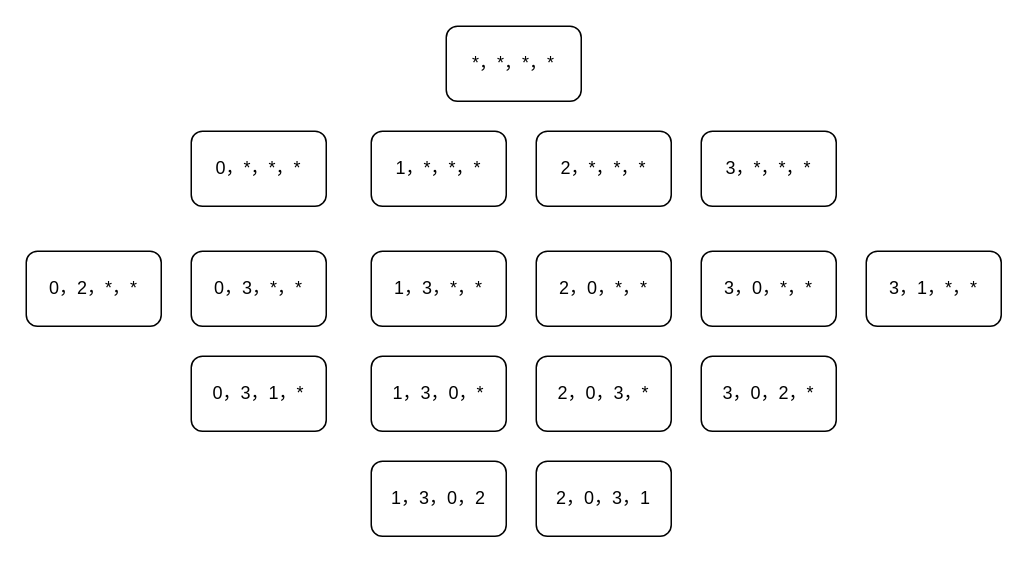
erlieStar/diagrams keeps this draw.io diagram as algorithm/八皇后解答树.drawio. Above is the earlier version. Source tidied: cells renumbered, new cells numbered last; positions are measured from the earlier drawing's top-left corner, leaving out a move shared by most shapes. Both pictures are drawn from the tidied source at 150%, with x=0, y=0 at pixel (26, 26).
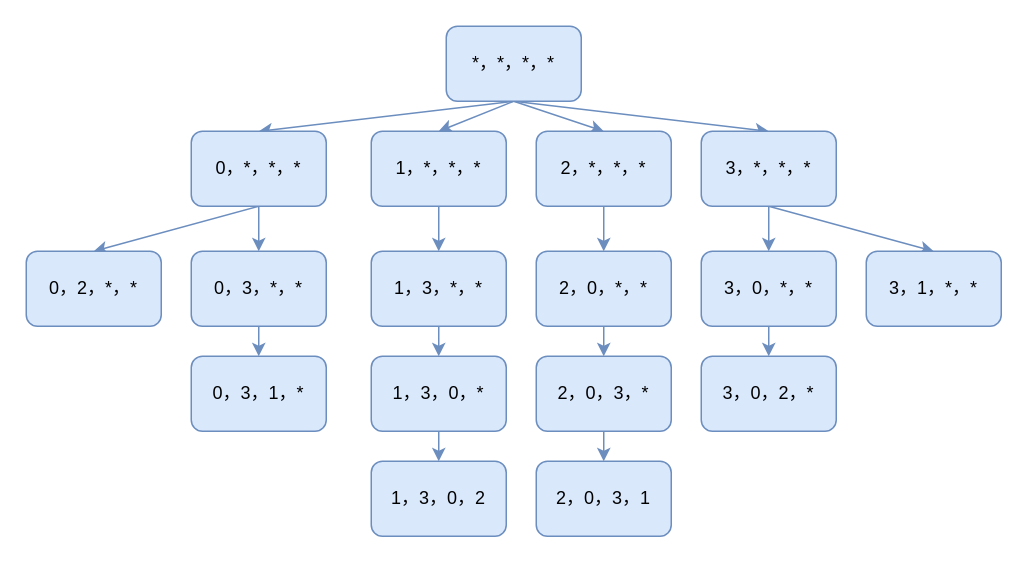
After the change.

Commit message (it also covers changes not shown here):
Update 八皇后解答树.drawio

What changed in the source:
```diff
@@
+    <mxCell id="19" style="rounded=0;jettySize=auto;html=1;exitX=0.5;exitY=1;exitDx=0;exitDy=0;entryX=0.5;entryY=0;entryDx=0;entryDy=0;fillColor=#dae8fc;strokeColor=#6c8ebf;" parent="1" edge="1" source="2" target="3">
+      <mxGeometry relative="1" as="geometry" />
+    </mxCell>
+    <mxCell id="20" style="edgeStyle=none;rounded=0;jettySize=auto;html=1;exitX=0.5;exitY=1;exitDx=0;exitDy=0;entryX=0.5;entryY=0;entryDx=0;entryDy=0;fillColor=#dae8fc;strokeColor=#6c8ebf;" parent="1" edge="1" source="2" target="4">
+      <mxGeometry relative="1" as="geometry" />
+    </mxCell>
+    <mxCell id="21" style="edgeStyle=none;rounded=0;jettySize=auto;html=1;exitX=0.5;exitY=1;exitDx=0;exitDy=0;entryX=0.5;entryY=0;entryDx=0;entryDy=0;fillColor=#dae8fc;strokeColor=#6c8ebf;" parent="1" edge="1" source="2" target="5">
+      <mxGeometry relative="1" as="geometry" />
+    </mxCell>
+    <mxCell id="22" style="edgeStyle=none;rounded=0;jettySize=auto;html=1;exitX=0.5;exitY=1;exitDx=0;exitDy=0;entryX=0.5;entryY=0;entryDx=0;entryDy=0;fillColor=#dae8fc;strokeColor=#6c8ebf;" parent="1" edge="1" source="2" target="6">
+      <mxGeometry relative="1" as="geometry" />
+    </mxCell>
-    <mxCell id="2" value="*，*，*，*" style="rounded=1;whiteSpace=wrap;html=1;" parent="1" vertex="1">
+    <mxCell id="2" value="*，*，*，*" style="rounded=1;whiteSpace=wrap;html=1;fillColor=#dae8fc;strokeColor=#6c8ebf;" parent="1" vertex="1">
       <mxGeometry x="280" width="90" height="50" as="geometry" />
     </mxCell>
+    <mxCell id="23" style="edgeStyle=none;rounded=0;jettySize=auto;html=1;exitX=0.5;exitY=1;exitDx=0;exitDy=0;entryX=0.5;entryY=0;entryDx=0;entryDy=0;fillColor=#dae8fc;strokeColor=#6c8ebf;" parent="1" edge="1" source="3" target="7">
+      <mxGeometry relative="1" as="geometry" />
+    </mxCell>
+    <mxCell id="24" style="edgeStyle=none;rounded=0;jettySize=auto;html=1;exitX=0.5;exitY=1;exitDx=0;exitDy=0;entryX=0.5;entryY=0;entryDx=0;entryDy=0;fillColor=#dae8fc;strokeColor=#6c8ebf;" parent="1" edge="1" source="3" target="8">
+      <mxGeometry relative="1" as="geometry" />
+    </mxCell>
-    <mxCell id="3" value="0，*，*，*" style="rounded=1;whiteSpace=wrap;html=1;" parent="1" vertex="1">
+    <mxCell id="3" value="0，*，*，*" style="rounded=1;whiteSpace=wrap;html=1;fillColor=#dae8fc;strokeColor=#6c8ebf;" parent="1" vertex="1">
       <mxGeometry x="110" y="70" width="90" height="50" as="geometry" />
     </mxCell>
+    <mxCell id="25" style="edgeStyle=none;rounded=0;jettySize=auto;html=1;exitX=0.5;exitY=1;exitDx=0;exitDy=0;entryX=0.5;entryY=0;entryDx=0;entryDy=0;fillColor=#dae8fc;strokeColor=#6c8ebf;" parent="1" edge="1" source="4" target="9">
+      <mxGeometry relative="1" as="geometry" />
+    </mxCell>
-    <mxCell id="4" value="1，*，*，*" style="rounded=1;whiteSpace=wrap;html=1;" parent="1" vertex="1">
+    <mxCell id="4" value="1，*，*，*" style="rounded=1;whiteSpace=wrap;html=1;fillColor=#dae8fc;strokeColor=#6c8ebf;" parent="1" vertex="1">
       <mxGeometry x="230" y="70" width="90" height="50" as="geometry" />
     </mxCell>
+    <mxCell id="26" style="edgeStyle=none;rounded=0;jettySize=auto;html=1;exitX=0.5;exitY=1;exitDx=0;exitDy=0;entryX=0.5;entryY=0;entryDx=0;entryDy=0;fillColor=#dae8fc;strokeColor=#6c8ebf;" parent="1" edge="1" source="5" target="10">
+      <mxGeometry relative="1" as="geometry" />
+    </mxCell>
-    <mxCell id="5" value="2，*，*，*" style="rounded=1;whiteSpace=wrap;html=1;" parent="1" vertex="1">
+    <mxCell id="5" value="2，*，*，*" style="rounded=1;whiteSpace=wrap;html=1;fillColor=#dae8fc;strokeColor=#6c8ebf;" parent="1" vertex="1">
       <mxGeometry x="340" y="70" width="90" height="50" as="geometry" />
     </mxCell>
+    <mxCell id="27" style="edgeStyle=none;rounded=0;jettySize=auto;html=1;exitX=0.5;exitY=1;exitDx=0;exitDy=0;entryX=0.5;entryY=0;entryDx=0;entryDy=0;fillColor=#dae8fc;strokeColor=#6c8ebf;" parent="1" edge="1" source="6" target="11">
+      <mxGeometry relative="1" as="geometry" />
+    </mxCell>
+    <mxCell id="28" style="edgeStyle=none;rounded=0;jettySize=auto;html=1;exitX=0.5;exitY=1;exitDx=0;exitDy=0;entryX=0.5;entryY=0;entryDx=0;entryDy=0;fillColor=#dae8fc;strokeColor=#6c8ebf;" parent="1" edge="1" source="6" target="12">
+      <mxGeometry relative="1" as="geometry" />
+    </mxCell>
-    <mxCell id="6" value="3，*，*，*" style="rounded=1;whiteSpace=wrap;html=1;" parent="1" vertex="1">
+    <mxCell id="6" value="3，*，*，*" style="rounded=1;whiteSpace=wrap;html=1;fillColor=#dae8fc;strokeColor=#6c8ebf;" parent="1" vertex="1">
       <mxGeometry x="450" y="70" width="90" height="50" as="geometry" />
     </mxCell>
-    <mxCell id="7" value="0，2，*，*" style="rounded=1;whiteSpace=wrap;html=1;" parent="1" vertex="1">
+    <mxCell id="7" value="0，2，*，*" style="rounded=1;whiteSpace=wrap;html=1;fillColor=#dae8fc;strokeColor=#6c8ebf;" parent="1" vertex="1">
       <mxGeometry y="150" width="90" height="50" as="geometry" />
     </mxCell>
+    <mxCell id="29" style="edgeStyle=none;rounded=0;jettySize=auto;html=1;exitX=0.5;exitY=1;exitDx=0;exitDy=0;entryX=0.5;entryY=0;entryDx=0;entryDy=0;fillColor=#dae8fc;strokeColor=#6c8ebf;" parent="1" edge="1" source="8" target="17">
+      <mxGeometry relative="1" as="geometry" />
+    </mxCell>
-    <mxCell id="8" value="0，3，*，*" style="rounded=1;whiteSpace=wrap;html=1;" parent="1" vertex="1">
+    <mxCell id="8" value="0，3，*，*" style="rounded=1;whiteSpace=wrap;html=1;fillColor=#dae8fc;strokeColor=#6c8ebf;" parent="1" vertex="1">
       <mxGeometry x="110" y="150" width="90" height="50" as="geometry" />
     </mxCell>
+    <mxCell id="30" style="edgeStyle=none;rounded=0;jettySize=auto;html=1;exitX=0.5;exitY=1;exitDx=0;exitDy=0;entryX=0.5;entryY=0;entryDx=0;entryDy=0;fillColor=#dae8fc;strokeColor=#6c8ebf;" parent="1" edge="1" source="9" target="13">
+      <mxGeometry relative="1" as="geometry" />
+    </mxCell>
-    <mxCell id="9" value="1，3，*，*" style="rounded=1;whiteSpace=wrap;html=1;" parent="1" vertex="1">
+    <mxCell id="9" value="1，3，*，*" style="rounded=1;whiteSpace=wrap;html=1;fillColor=#dae8fc;strokeColor=#6c8ebf;" parent="1" vertex="1">
       <mxGeometry x="230" y="150" width="90" height="50" as="geometry" />
     </mxCell>
+    <mxCell id="31" style="edgeStyle=none;rounded=0;jettySize=auto;html=1;exitX=0.5;exitY=1;exitDx=0;exitDy=0;entryX=0.5;entryY=0;entryDx=0;entryDy=0;fillColor=#dae8fc;strokeColor=#6c8ebf;" parent="1" edge="1" source="10" target="15">
+      <mxGeometry relative="1" as="geometry" />
+    </mxCell>
-    <mxCell id="10" value="2，0，*，*" style="rounded=1;whiteSpace=wrap;html=1;" parent="1" vertex="1">
+    <mxCell id="10" value="2，0，*，*" style="rounded=1;whiteSpace=wrap;html=1;fillColor=#dae8fc;strokeColor=#6c8ebf;" parent="1" vertex="1">
       <mxGeometry x="340" y="150" width="90" height="50" as="geometry" />
     </mxCell>
+    <mxCell id="32" style="edgeStyle=none;rounded=0;jettySize=auto;html=1;exitX=0.5;exitY=1;exitDx=0;exitDy=0;entryX=0.5;entryY=0;entryDx=0;entryDy=0;fillColor=#dae8fc;strokeColor=#6c8ebf;" parent="1" edge="1" source="11" target="18">
+      <mxGeometry relative="1" as="geometry" />
+    </mxCell>
-    <mxCell id="11" value="3，0，*，*" style="rounded=1;whiteSpace=wrap;html=1;" parent="1" vertex="1">
+    <mxCell id="11" value="3，0，*，*" style="rounded=1;whiteSpace=wrap;html=1;fillColor=#dae8fc;strokeColor=#6c8ebf;" parent="1" vertex="1">
       <mxGeometry x="450" y="150" width="90" height="50" as="geometry" />
     </mxCell>
-    <mxCell id="12" value="3，1，*，*" style="rounded=1;whiteSpace=wrap;html=1;" parent="1" vertex="1">
+    <mxCell id="12" value="3，1，*，*" style="rounded=1;whiteSpace=wrap;html=1;fillColor=#dae8fc;strokeColor=#6c8ebf;" parent="1" vertex="1">
       <mxGeometry x="560" y="150" width="90" height="50" as="geometry" />
     </mxCell>
+    <mxCell id="33" style="edgeStyle=none;rounded=0;jettySize=auto;html=1;exitX=0.5;exitY=1;exitDx=0;exitDy=0;entryX=0.5;entryY=0;entryDx=0;entryDy=0;fillColor=#dae8fc;strokeColor=#6c8ebf;" parent="1" edge="1" source="13" target="14">
+      <mxGeometry relative="1" as="geometry" />
+    </mxCell>
-    <mxCell id="13" value="1，3，0，*" style="rounded=1;whiteSpace=wrap;html=1;" parent="1" vertex="1">
+    <mxCell id="13" value="1，3，0，*" style="rounded=1;whiteSpace=wrap;html=1;fillColor=#dae8fc;strokeColor=#6c8ebf;" parent="1" vertex="1">
       <mxGeometry x="230" y="220" width="90" height="50" as="geometry" />
     </mxCell>
-    <mxCell id="14" value="1，3，0，2" style="rounded=1;whiteSpace=wrap;html=1;" parent="1" vertex="1">
+    <mxCell id="14" value="1，3，0，2" style="rounded=1;whiteSpace=wrap;html=1;fillColor=#dae8fc;strokeColor=#6c8ebf;" parent="1" vertex="1">
       <mxGeometry x="230" y="290" width="90" height="50" as="geometry" />
     </mxCell>
+    <mxCell id="34" style="edgeStyle=none;rounded=0;jettySize=auto;html=1;exitX=0.5;exitY=1;exitDx=0;exitDy=0;entryX=0.5;entryY=0;entryDx=0;entryDy=0;fillColor=#dae8fc;strokeColor=#6c8ebf;" parent="1" edge="1" source="15" target="16">
+      <mxGeometry relative="1" as="geometry" />
+    </mxCell>
-    <mxCell id="15" value="2，0，3，*" style="rounded=1;whiteSpace=wrap;html=1;" parent="1" vertex="1">
+    <mxCell id="15" value="2，0，3，*" style="rounded=1;whiteSpace=wrap;html=1;fillColor=#dae8fc;strokeColor=#6c8ebf;" parent="1" vertex="1">
       <mxGeometry x="340" y="220" width="90" height="50" as="geometry" />
     </mxCell>
-    <mxCell id="16" value="2，0，3，1" style="rounded=1;whiteSpace=wrap;html=1;" parent="1" vertex="1">
+    <mxCell id="16" value="2，0，3，1" style="rounded=1;whiteSpace=wrap;html=1;fillColor=#dae8fc;strokeColor=#6c8ebf;" parent="1" vertex="1">
       <mxGeometry x="340" y="290" width="90" height="50" as="geometry" />
     </mxCell>
-    <mxCell id="17" value="0，3，1，*" style="rounded=1;whiteSpace=wrap;html=1;" parent="1" vertex="1">
+    <mxCell id="17" value="0，3，1，*" style="rounded=1;whiteSpace=wrap;html=1;fillColor=#dae8fc;strokeColor=#6c8ebf;" parent="1" vertex="1">
       <mxGeometry x="110" y="220" width="90" height="50" as="geometry" />
     </mxCell>
-    <mxCell id="18" value="3，0，2，*" style="rounded=1;whiteSpace=wrap;html=1;" parent="1" vertex="1">
+    <mxCell id="18" value="3，0，2，*" style="rounded=1;whiteSpace=wrap;html=1;fillColor=#dae8fc;strokeColor=#6c8ebf;" parent="1" vertex="1">
       <mxGeometry x="450" y="220" width="90" height="50" as="geometry" />
     </mxCell>
```
